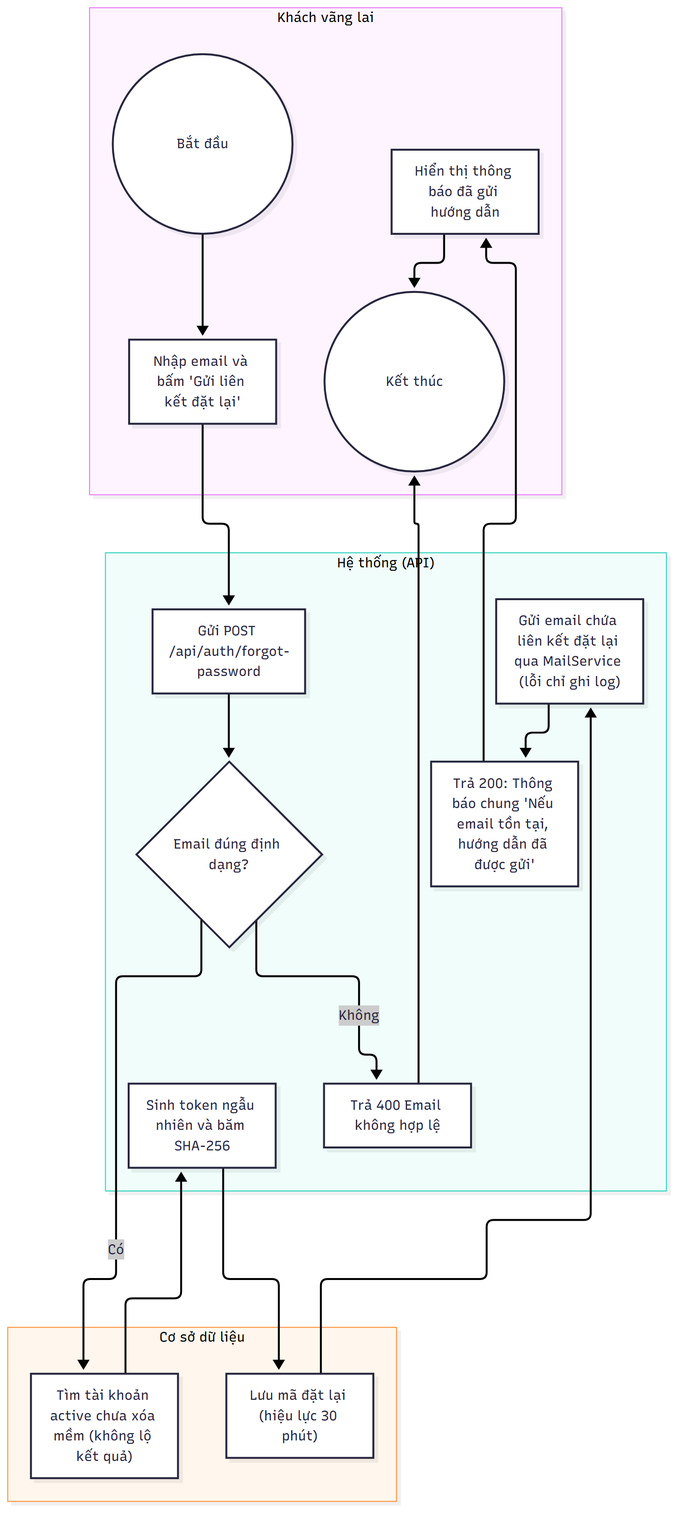
Before: docs/diagrams/png/activity_UC-AUTH-05_quen-mat-khau-yeu-cau-dat-lai.png, a diagram exported from Mermaid (2431540234-arch/XDUDTMDT). Its source is kept beside it as docs/diagrams/src/activity_UC-AUTH-05_quen-mat-khau-yeu-cau-dat-lai.mmd.
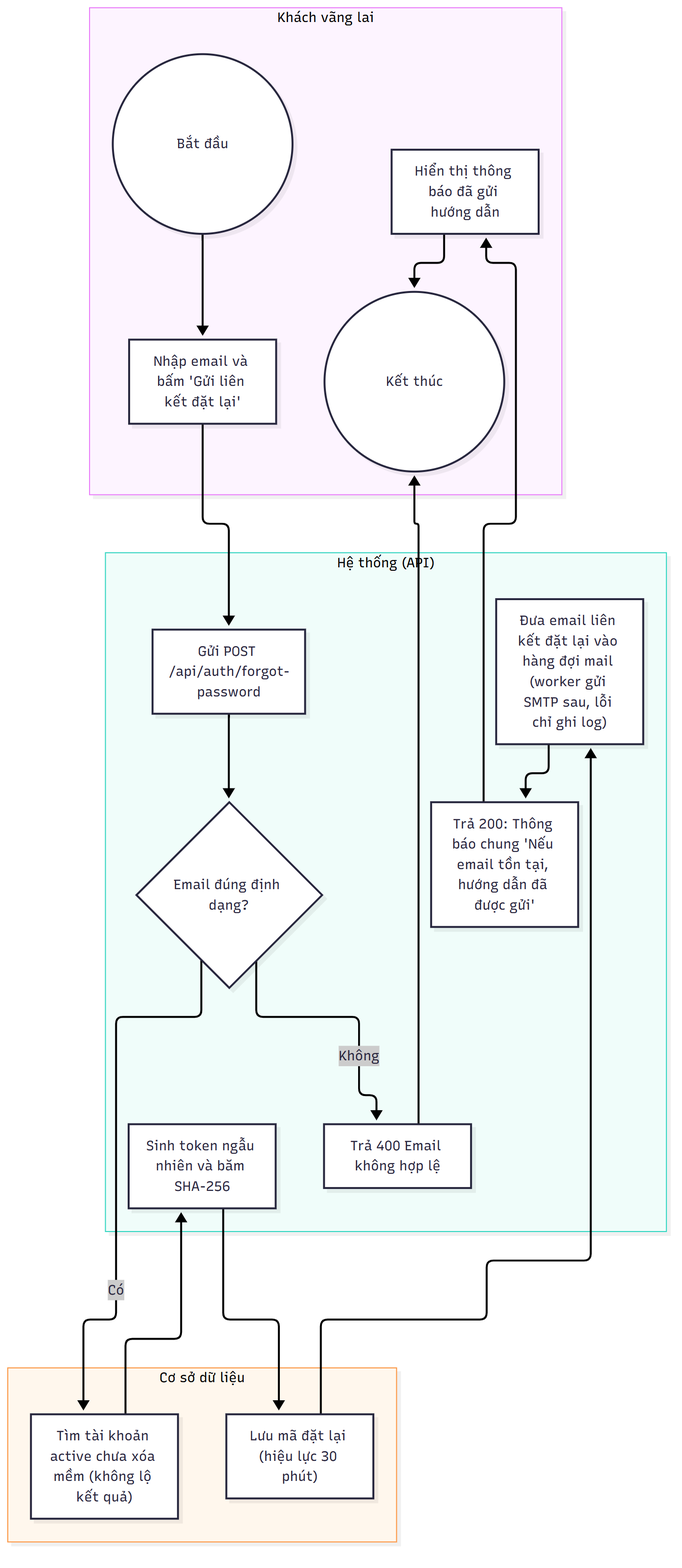
Above is the later version.

Diff of the diagram source:
```diff
@@ -10,7 +10,7 @@
         n4{"Email đúng định dạng?"}
         n5["Trả 400 Email không hợp lệ"]
         n7["Sinh token ngẫu nhiên và băm SHA-256"]
-        n9["Gửi email chứa liên kết đặt lại qua MailService (lỗi chỉ ghi log)"]
+        n9["Đưa email liên kết đặt lại vào hàng đợi mail (worker gửi SMTP sau, lỗi chỉ ghi log)"]
         n10["Trả 200: Thông báo chung 'Nếu email tồn tại, hướng dẫn đã được gửi'"]
     end
     subgraph LANE_D["Cơ sở dữ liệu"]
```
